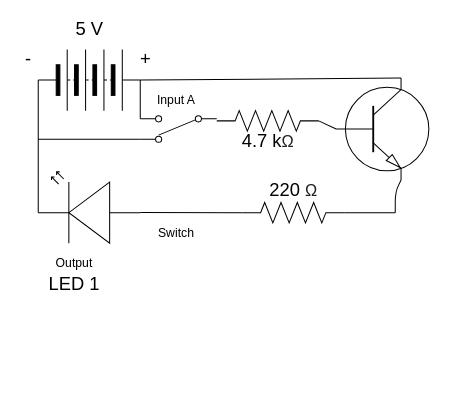
Emmanuel-Garcia-Maltes/Unit-4 keeps this draw.io diagram as Unit 4-06/Sketch.drawio. Above is the earlier version. Source tidied: cells renumbered, new cells numbered last; positions are measured from the earlier drawing's top-left corner, leaving out a move shared by most shapes. Both pictures are drawn from the tidied source at 102%, with x=0, y=0 at pixel (17, 18). Pictures stored in the file or linked from it are replaced by grey dashed boxes.
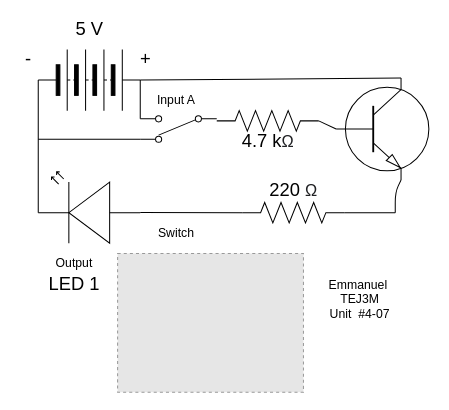
Above is the later version.

Change to the diagram source:
```diff
@@
+    <mxCell id="25" style="fillColor=#E6E6E6;strokeColor=#999999;dashed=1;verticalLabelPosition=bottom;labelBackgroundColor=#ffffff;verticalAlign=top;" parent="1" vertex="1">
+      <mxGeometry x="97.8" y="230" width="182.2" height="136" as="geometry" />
+    </mxCell>
+    <mxCell id="26" value="Emmanuel&amp;nbsp;&lt;br&gt;TEJ3M&lt;br&gt;Unit&amp;nbsp; #4-07" style="text;html=1;align=center;verticalAlign=middle;fillColor=none;strokeColor=none;rounded=0;" parent="1" vertex="1">
+      <mxGeometry x="295" y="250" width="80" height="50" as="geometry" />
+    </mxCell>
```
